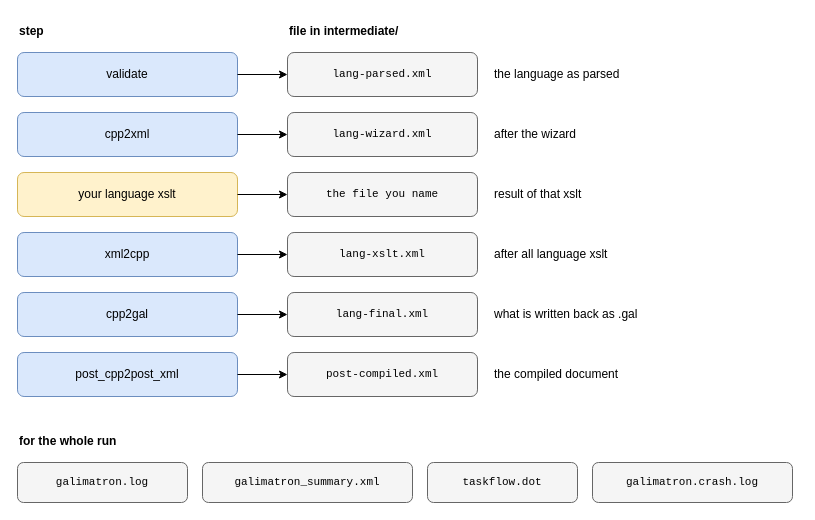
Before: drawio/21_diagnostics.drawio in goloveshin/galimatron_doc, a draw.io diagram. Source tidied: cells renumbered, new cells numbered last; positions are measured from the earlier drawing's top-left corner, leaving out a move shared by most shapes. Both pictures are drawn from the tidied source at 100%, with x=0, y=0 at pixel (17, 17).
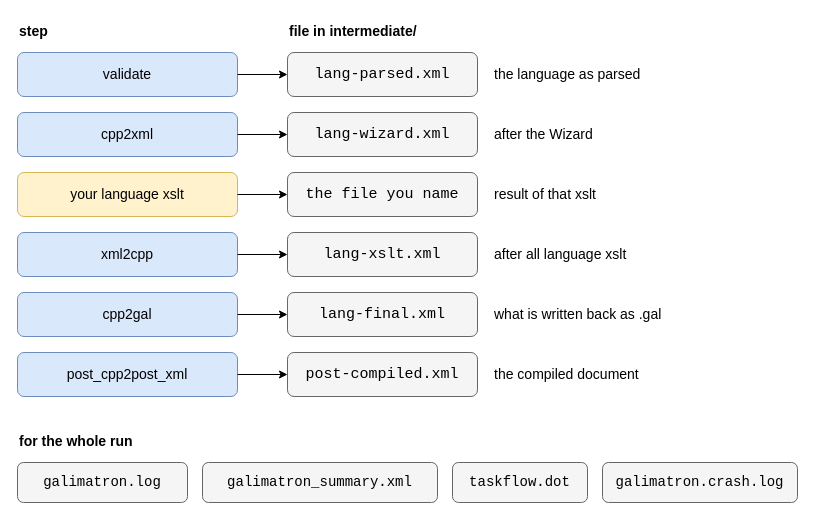
The same page after the edit.

What changed in the source:
```diff
@@
-    <mxCell id="2" value="step" style="text;html=1;whiteSpace=wrap;verticalAlign=middle;align=left;fontStyle=1;" parent="1" vertex="1">
+    <mxCell id="2" value="step" style="text;html=1;whiteSpace=wrap;verticalAlign=middle;align=left;fontStyle=1;fontSize=14;" parent="1" vertex="1">
       <mxGeometry width="360" height="28" as="geometry" />
     </mxCell>
-    <mxCell id="3" value="file in intermediate/" style="text;html=1;whiteSpace=wrap;verticalAlign=middle;align=left;fontStyle=1;" parent="1" vertex="1">
+    <mxCell id="3" value="file in intermediate/" style="text;html=1;whiteSpace=wrap;verticalAlign=middle;align=left;fontStyle=1;fontSize=14;" parent="1" vertex="1">
       <mxGeometry x="270" width="300" height="28" as="geometry" />
     </mxCell>
-    <mxCell id="4" value="validate" style="rounded=1;whiteSpace=wrap;html=1;fillColor=#dae8fc;strokeColor=#6c8ebf;" parent="1" vertex="1">
+    <mxCell id="4" value="validate" style="rounded=1;whiteSpace=wrap;html=1;fillColor=#dae8fc;strokeColor=#6c8ebf;fontSize=14;" parent="1" vertex="1">
       <mxGeometry y="35" width="220" height="44" as="geometry" />
     </mxCell>
-    <mxCell id="5" value="lang-parsed.xml" style="rounded=1;whiteSpace=wrap;html=1;fillColor=#f5f5f5;strokeColor=#666666;fontFamily=Courier New;fontSize=11;" parent="1" vertex="1">
+    <mxCell id="5" value="lang-parsed.xml" style="rounded=1;whiteSpace=wrap;html=1;fillColor=#f5f5f5;strokeColor=#666666;fontFamily=Courier New;fontSize=15;" parent="1" vertex="1">
       <mxGeometry x="270" y="35" width="190" height="44" as="geometry" />
     </mxCell>
@@
-    <mxCell id="7" value="the language as parsed" style="text;html=1;whiteSpace=wrap;verticalAlign=middle;align=left;fontSize=12;" parent="1" vertex="1">
+    <mxCell id="7" value="the language as parsed" style="text;html=1;whiteSpace=wrap;verticalAlign=middle;align=left;fontSize=14;" parent="1" vertex="1">
       <mxGeometry x="475" y="35" width="300" height="44" as="geometry" />
     </mxCell>
-    <mxCell id="8" value="cpp2xml" style="rounded=1;whiteSpace=wrap;html=1;fillColor=#dae8fc;strokeColor=#6c8ebf;" parent="1" vertex="1">
+    <mxCell id="8" value="cpp2xml" style="rounded=1;whiteSpace=wrap;html=1;fillColor=#dae8fc;strokeColor=#6c8ebf;fontSize=14;" parent="1" vertex="1">
       <mxGeometry y="95" width="220" height="44" as="geometry" />
     </mxCell>
-    <mxCell id="9" value="lang-wizard.xml" style="rounded=1;whiteSpace=wrap;html=1;fillColor=#f5f5f5;strokeColor=#666666;fontFamily=Courier New;fontSize=11;" parent="1" vertex="1">
+    <mxCell id="9" value="lang-wizard.xml" style="rounded=1;whiteSpace=wrap;html=1;fillColor=#f5f5f5;strokeColor=#666666;fontFamily=Courier New;fontSize=15;" parent="1" vertex="1">
       <mxGeometry x="270" y="95" width="190" height="44" as="geometry" />
     </mxCell>
@@
-    <mxCell id="11" value="after the wizard" style="text;html=1;whiteSpace=wrap;verticalAlign=middle;align=left;fontSize=12;" parent="1" vertex="1">
+    <mxCell id="11" value="after the Wizard" style="text;html=1;whiteSpace=wrap;verticalAlign=middle;align=left;fontSize=14;" parent="1" vertex="1">
       <mxGeometry x="475" y="95" width="300" height="44" as="geometry" />
     </mxCell>
-    <mxCell id="12" value="your language xslt" style="rounded=1;whiteSpace=wrap;html=1;fillColor=#fff2cc;strokeColor=#d6b656;" parent="1" vertex="1">
+    <mxCell id="12" value="your language xslt" style="rounded=1;whiteSpace=wrap;html=1;fillColor=#fff2cc;strokeColor=#d6b656;fontSize=14;" parent="1" vertex="1">
       <mxGeometry y="155" width="220" height="44" as="geometry" />
     </mxCell>
-    <mxCell id="13" value="the file you name" style="rounded=1;whiteSpace=wrap;html=1;fillColor=#f5f5f5;strokeColor=#666666;fontFamily=Courier New;fontSize=11;" parent="1" vertex="1">
+    <mxCell id="13" value="the file you name" style="rounded=1;whiteSpace=wrap;html=1;fillColor=#f5f5f5;strokeColor=#666666;fontFamily=Courier New;fontSize=15;" parent="1" vertex="1">
       <mxGeometry x="270" y="155" width="190" height="44" as="geometry" />
     </mxCell>
@@
-    <mxCell id="15" value="result of that xslt" style="text;html=1;whiteSpace=wrap;verticalAlign=middle;align=left;fontSize=12;" parent="1" vertex="1">
+    <mxCell id="15" value="result of that xslt" style="text;html=1;whiteSpace=wrap;verticalAlign=middle;align=left;fontSize=14;" parent="1" vertex="1">
       <mxGeometry x="475" y="155" width="300" height="44" as="geometry" />
     </mxCell>
-    <mxCell id="16" value="xml2cpp" style="rounded=1;whiteSpace=wrap;html=1;fillColor=#dae8fc;strokeColor=#6c8ebf;" parent="1" vertex="1">
+    <mxCell id="16" value="xml2cpp" style="rounded=1;whiteSpace=wrap;html=1;fillColor=#dae8fc;strokeColor=#6c8ebf;fontSize=14;" parent="1" vertex="1">
       <mxGeometry y="215" width="220" height="44" as="geometry" />
     </mxCell>
-    <mxCell id="17" value="lang-xslt.xml" style="rounded=1;whiteSpace=wrap;html=1;fillColor=#f5f5f5;strokeColor=#666666;fontFamily=Courier New;fontSize=11;" parent="1" vertex="1">
+    <mxCell id="17" value="lang-xslt.xml" style="rounded=1;whiteSpace=wrap;html=1;fillColor=#f5f5f5;strokeColor=#666666;fontFamily=Courier New;fontSize=15;" parent="1" vertex="1">
       <mxGeometry x="270" y="215" width="190" height="44" as="geometry" />
     </mxCell>
@@
-    <mxCell id="19" value="after all language xslt" style="text;html=1;whiteSpace=wrap;verticalAlign=middle;align=left;fontSize=12;" parent="1" vertex="1">
+    <mxCell id="19" value="after all language xslt" style="text;html=1;whiteSpace=wrap;verticalAlign=middle;align=left;fontSize=14;" parent="1" vertex="1">
       <mxGeometry x="475" y="215" width="300" height="44" as="geometry" />
     </mxCell>
-    <mxCell id="20" value="cpp2gal" style="rounded=1;whiteSpace=wrap;html=1;fillColor=#dae8fc;strokeColor=#6c8ebf;" parent="1" vertex="1">
+    <mxCell id="20" value="cpp2gal" style="rounded=1;whiteSpace=wrap;html=1;fillColor=#dae8fc;strokeColor=#6c8ebf;fontSize=14;" parent="1" vertex="1">
       <mxGeometry y="275" width="220" height="44" as="geometry" />
     </mxCell>
-    <mxCell id="21" value="lang-final.xml" style="rounded=1;whiteSpace=wrap;html=1;fillColor=#f5f5f5;strokeColor=#666666;fontFamily=Courier New;fontSize=11;" parent="1" vertex="1">
+    <mxCell id="21" value="lang-final.xml" style="rounded=1;whiteSpace=wrap;html=1;fillColor=#f5f5f5;strokeColor=#666666;fontFamily=Courier New;fontSize=15;" parent="1" vertex="1">
       <mxGeometry x="270" y="275" width="190" height="44" as="geometry" />
     </mxCell>
@@
-    <mxCell id="23" value="what is written back as .gal" style="text;html=1;whiteSpace=wrap;verticalAlign=middle;align=left;fontSize=12;" parent="1" vertex="1">
+    <mxCell id="23" value="what is written back as .gal" style="text;html=1;whiteSpace=wrap;verticalAlign=middle;align=left;fontSize=14;" parent="1" vertex="1">
       <mxGeometry x="475" y="275" width="300" height="44" as="geometry" />
     </mxCell>
-    <mxCell id="24" value="post_cpp2post_xml" style="rounded=1;whiteSpace=wrap;html=1;fillColor=#dae8fc;strokeColor=#6c8ebf;" parent="1" vertex="1">
+    <mxCell id="24" value="post_cpp2post_xml" style="rounded=1;whiteSpace=wrap;html=1;fillColor=#dae8fc;strokeColor=#6c8ebf;fontSize=14;" parent="1" vertex="1">
       <mxGeometry y="335" width="220" height="44" as="geometry" />
     </mxCell>
-    <mxCell id="25" value="post-compiled.xml" style="rounded=1;whiteSpace=wrap;html=1;fillColor=#f5f5f5;strokeColor=#666666;fontFamily=Courier New;fontSize=11;" parent="1" vertex="1">
+    <mxCell id="25" value="post-compiled.xml" style="rounded=1;whiteSpace=wrap;html=1;fillColor=#f5f5f5;strokeColor=#666666;fontFamily=Courier New;fontSize=15;" parent="1" vertex="1">
       <mxGeometry x="270" y="335" width="190" height="44" as="geometry" />
     </mxCell>
@@
-    <mxCell id="27" value="the compiled document" style="text;html=1;whiteSpace=wrap;verticalAlign=middle;align=left;fontSize=12;" parent="1" vertex="1">
+    <mxCell id="27" value="the compiled document" style="text;html=1;whiteSpace=wrap;verticalAlign=middle;align=left;fontSize=14;" parent="1" vertex="1">
       <mxGeometry x="475" y="335" width="300" height="44" as="geometry" />
     </mxCell>
-    <mxCell id="28" value="for the whole run" style="text;html=1;whiteSpace=wrap;verticalAlign=middle;align=left;fontStyle=1;" parent="1" vertex="1">
+    <mxCell id="28" value="for the whole run" style="text;html=1;whiteSpace=wrap;verticalAlign=middle;align=left;fontStyle=1;fontSize=14;" parent="1" vertex="1">
       <mxGeometry y="410" width="700" height="28" as="geometry" />
     </mxCell>
-    <mxCell id="29" value="galimatron.log" style="rounded=1;whiteSpace=wrap;html=1;fillColor=#f5f5f5;strokeColor=#666666;fontFamily=Courier New;fontSize=11;" parent="1" vertex="1">
+    <mxCell id="29" value="galimatron.log" style="rounded=1;whiteSpace=wrap;html=1;fillColor=#f5f5f5;strokeColor=#666666;fontFamily=Courier New;fontSize=14;" parent="1" vertex="1">
       <mxGeometry y="445" width="170" height="40" as="geometry" />
     </mxCell>
-    <mxCell id="30" value="galimatron_summary.xml" style="rounded=1;whiteSpace=wrap;html=1;fillColor=#f5f5f5;strokeColor=#666666;fontFamily=Courier New;fontSize=11;" parent="1" vertex="1">
-      <mxGeometry x="185" y="445" width="210" height="40" as="geometry" />
+    <mxCell id="30" value="galimatron_summary.xml" style="rounded=1;whiteSpace=wrap;html=1;fillColor=#f5f5f5;strokeColor=#666666;fontFamily=Courier New;fontSize=14;" parent="1" vertex="1">
+      <mxGeometry x="185" y="445" width="235" height="40" as="geometry" />
     </mxCell>
-    <mxCell id="31" value="taskflow.dot" style="rounded=1;whiteSpace=wrap;html=1;fillColor=#f5f5f5;strokeColor=#666666;fontFamily=Courier New;fontSize=11;" parent="1" vertex="1">
-      <mxGeometry x="410" y="445" width="150" height="40" as="geometry" />
+    <mxCell id="31" value="taskflow.dot" style="rounded=1;whiteSpace=wrap;html=1;fillColor=#f5f5f5;strokeColor=#666666;fontFamily=Courier New;fontSize=14;" parent="1" vertex="1">
+      <mxGeometry x="435" y="445" width="135" height="40" as="geometry" />
     </mxCell>
-    <mxCell id="32" value="galimatron.crash.log" style="rounded=1;whiteSpace=wrap;html=1;fillColor=#f5f5f5;strokeColor=#666666;fontFamily=Courier New;fontSize=11;" parent="1" vertex="1">
-      <mxGeometry x="575" y="445" width="200" height="40" as="geometry" />
+    <mxCell id="32" value="galimatron.crash.log" style="rounded=1;whiteSpace=wrap;html=1;fillColor=#f5f5f5;strokeColor=#666666;fontFamily=Courier New;fontSize=14;" parent="1" vertex="1">
+      <mxGeometry x="585" y="445" width="195" height="40" as="geometry" />
     </mxCell>
```
